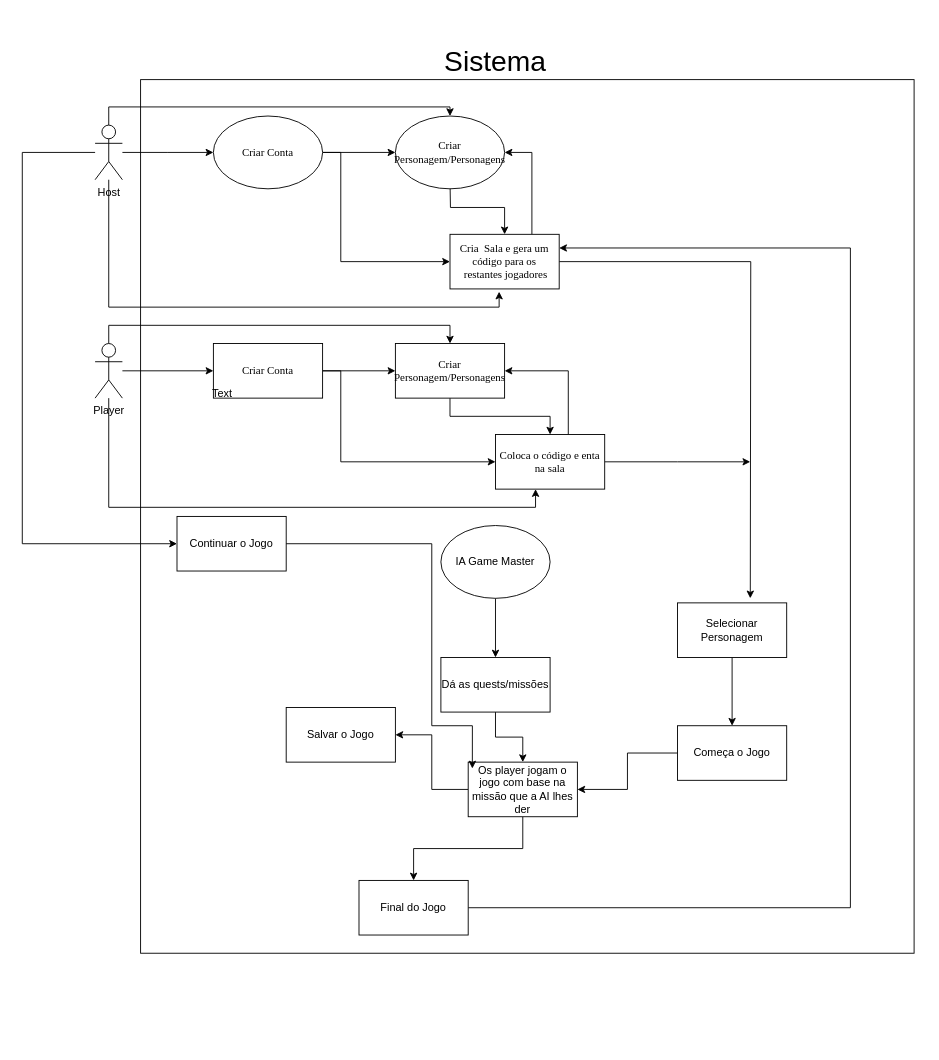
Above: Use-Case.drawio in RickyBoyy/DnD (draw.io), before the change. Source tidied: cells renumbered, new cells numbered last; positions are measured from the earlier drawing's top-left corner, leaving out a move shared by most shapes. Both pictures are drawn from the tidied source at 91%, with x=0, y=0 at pixel (22, 15).
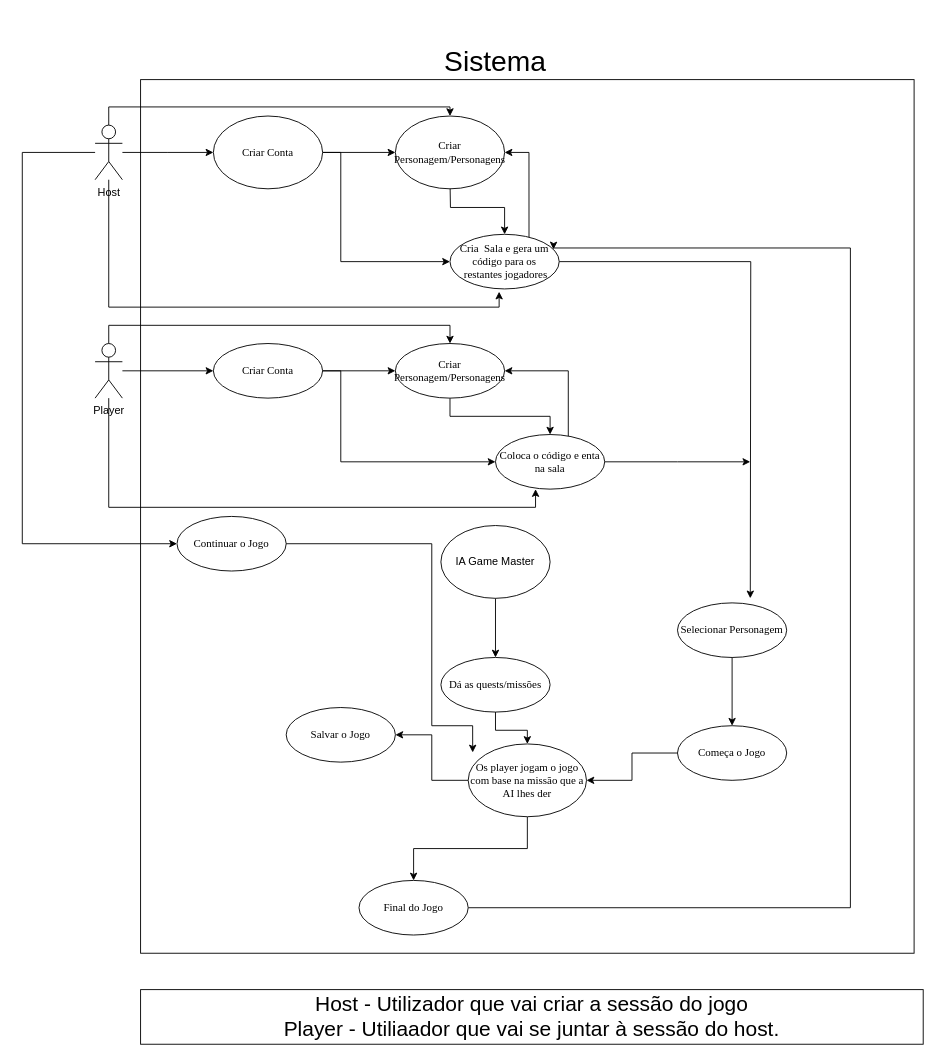
Above is the later version.

The edit, as a diff of the source:
```diff
@@
-    <mxCell id="12" value="&lt;div&gt;Cria&amp;nbsp; Sala e gera um código para os&lt;/div&gt;&lt;div&gt;&amp;nbsp;restantes jogadores&lt;/div&gt;" style="whiteSpace=wrap;html=1;fontFamily=Times New Roman;rounded=0;" parent="1" vertex="1">
+    <mxCell id="12" value="&lt;div&gt;Cria&amp;nbsp; Sala e gera um código para os&lt;/div&gt;&lt;div&gt;&amp;nbsp;restantes jogadores&lt;/div&gt;" style="ellipse;whiteSpace=wrap;html=1;fontFamily=Times New Roman;" parent="1" vertex="1">
       <mxGeometry x="470" y="240" width="120" height="60" as="geometry" />
     </mxCell>
@@
-    <mxCell id="18" value="&lt;div&gt;Criar Conta&lt;/div&gt;" style="rounded=0;whiteSpace=wrap;html=1;fontFamily=Times New Roman;" parent="1" vertex="1">
+    <mxCell id="18" value="&lt;div&gt;Criar Conta&lt;/div&gt;" style="ellipse;whiteSpace=wrap;html=1;fontFamily=Times New Roman;" parent="1" vertex="1">
       <mxGeometry x="210" y="360" width="120" height="60" as="geometry" />
     </mxCell>
@@
-    <mxCell id="20" value="Criar Personagem/Personagens" style="whiteSpace=wrap;html=1;fontFamily=Times New Roman;rounded=0;" parent="1" vertex="1">
+    <mxCell id="20" value="Criar Personagem/Personagens" style="ellipse;whiteSpace=wrap;html=1;fontFamily=Times New Roman;" parent="1" vertex="1">
       <mxGeometry x="410" y="360" width="120" height="60" as="geometry" />
     </mxCell>
@@
-    <mxCell id="23" value="&lt;div&gt;Coloca o código e enta na sala&lt;/div&gt;" style="whiteSpace=wrap;html=1;fontFamily=Times New Roman;rounded=0;" parent="1" vertex="1">
+    <mxCell id="23" value="&lt;div&gt;Coloca o código e enta na sala&lt;/div&gt;" style="ellipse;whiteSpace=wrap;html=1;fontFamily=Times New Roman;" parent="1" vertex="1">
       <mxGeometry x="520" y="460" width="120" height="60" as="geometry" />
     </mxCell>
@@
-    <mxCell id="25" value="Selecionar Personagem" style="rounded=0;whiteSpace=wrap;html=1;" parent="1" vertex="1">
+    <mxCell id="25" value="Selecionar Personagem" style="ellipse;whiteSpace=wrap;html=1;fontFamily=Times New Roman;" parent="1" vertex="1">
       <mxGeometry x="720" y="645" width="120" height="60" as="geometry" />
     </mxCell>
@@
-    <mxCell id="27" value="Começa o Jogo" style="rounded=0;whiteSpace=wrap;html=1;" parent="1" vertex="1">
+    <mxCell id="27" value="Começa o Jogo" style="ellipse;whiteSpace=wrap;html=1;fontFamily=Times New Roman;" parent="1" vertex="1">
       <mxGeometry x="720" y="780" width="120" height="60" as="geometry" />
     </mxCell>
@@
-    <mxCell id="31" value="Dá as quests/missões" style="rounded=0;whiteSpace=wrap;html=1;" parent="1" vertex="1">
+    <mxCell id="31" value="Dá as quests/missões" style="ellipse;whiteSpace=wrap;html=1;fontFamily=Times New Roman;" parent="1" vertex="1">
       <mxGeometry x="460" y="705" width="120" height="60" as="geometry" />
     </mxCell>
@@
-    <mxCell id="34" value="Os player jogam o jogo com base na missão que a AI lhes der" style="rounded=0;whiteSpace=wrap;html=1;" parent="1" vertex="1">
-      <mxGeometry x="490" y="820" width="120" height="60" as="geometry" />
+    <mxCell id="34" value="Os player jogam o jogo com base na missão que a AI lhes der" style="ellipse;whiteSpace=wrap;html=1;fontFamily=Times New Roman;" parent="1" vertex="1">
+      <mxGeometry x="490" y="800" width="130" height="80" as="geometry" />
     </mxCell>
-    <mxCell id="35" value="Salvar o Jogo" style="rounded=0;whiteSpace=wrap;html=1;" parent="1" vertex="1">
+    <mxCell id="35" value="Salvar o Jogo" style="ellipse;whiteSpace=wrap;html=1;fontFamily=Times New Roman;" parent="1" vertex="1">
       <mxGeometry x="290" y="760" width="120" height="60" as="geometry" />
     </mxCell>
-    <mxCell id="36" value="Continuar o Jogo" style="rounded=0;whiteSpace=wrap;html=1;" parent="1" vertex="1">
+    <mxCell id="36" value="Continuar o Jogo" style="ellipse;whiteSpace=wrap;html=1;fontFamily=Times New Roman;" parent="1" vertex="1">
       <mxGeometry x="170" y="550" width="120" height="60" as="geometry" />
     </mxCell>
@@
-    <mxCell id="41" value="Final do Jogo" style="rounded=0;whiteSpace=wrap;html=1;" parent="1" vertex="1">
+    <mxCell id="41" value="Final do Jogo" style="ellipse;whiteSpace=wrap;html=1;fontFamily=Times New Roman;" parent="1" vertex="1">
       <mxGeometry x="370" y="950" width="120" height="60" as="geometry" />
     </mxCell>
-    <mxCell id="42" value="Text" style="text;html=1;align=center;verticalAlign=middle;whiteSpace=wrap;rounded=0;" parent="1" vertex="1">
-      <mxGeometry x="190" y="400" width="60" height="30" as="geometry" />
-    </mxCell>
@@
+    <mxCell id="46" value="&lt;font style=&quot;font-size: 23px;&quot;&gt;Host - Utilizador que vai criar a sessão do jogo&lt;/font&gt;&lt;div style=&quot;font-size: 23px;&quot;&gt;&lt;font style=&quot;font-size: 23px;&quot;&gt;Player - Utiliaador que vai se juntar à sessão do host.&lt;/font&gt;&lt;/div&gt;" style="rounded=0;whiteSpace=wrap;html=1;" parent="1" vertex="1">
+      <mxGeometry x="130" y="1070" width="860" height="60" as="geometry" />
+    </mxCell>
```
